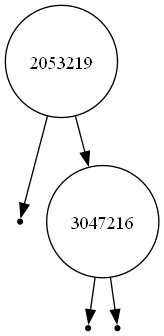
Above: arbol.png in EstebanDeLaHoz0501/Laboratorio1ED2 (Graphviz), before the change. Its source is kept beside it as arbol.dot.
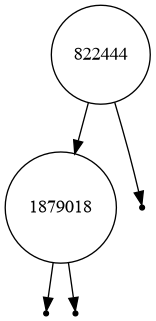
The same diagram one commit later.

What changed in the source:
```diff
@@ -1,13 +1,13 @@
 digraph AVL {
 node [shape=circle];
 rankdir=TB;
-2053219;
-nullL2053219 [shape=point];
-2053219 -> nullL2053219;
-2053219 -> 3047216;
-3047216;
-nullL3047216 [shape=point];
-3047216 -> nullL3047216;
-nullR3047216 [shape=point];
-3047216 -> nullR3047216;
+822444;
+822444 -> 1879018;
+1879018;
+nullL1879018 [shape=point];
+1879018 -> nullL1879018;
+nullR1879018 [shape=point];
+1879018 -> nullR1879018;
+nullR822444 [shape=point];
+822444 -> nullR822444;
 }
```
